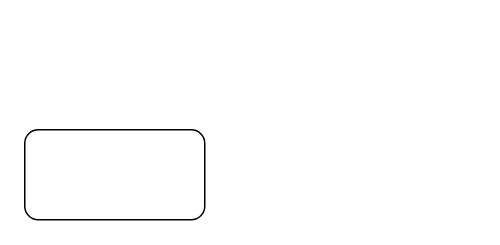
Before: Untitled Diagram.drawio in NasikhulUlum/admin-travel-services, a draw.io diagram. Source tidied: cells renumbered, new cells numbered last; positions are measured from the earlier drawing's top-left corner, leaving out a move shared by most shapes. Both pictures are drawn from the tidied source at 150%, with x=0, y=0 at pixel (24, 129).
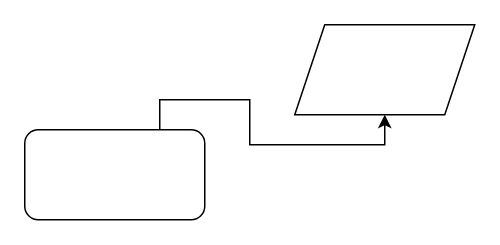
The same page after the edit.

What changed in the source:
```diff
@@
 <mxGraphModel>
   <root>
     <mxCell id="0" />
     <mxCell id="1" parent="0" />
+    <mxCell id="3" style="edgeStyle=orthogonalEdgeStyle;rounded=0;jettySize=auto;html=1;exitX=0.75;exitY=0;exitDx=0;exitDy=0;" parent="1" edge="1" source="2" target="4">
+      <mxGeometry relative="1" as="geometry" />
+    </mxCell>
     <mxCell id="2" style="rounded=1;whiteSpace=wrap;html=1;" parent="1" vertex="1">
       <mxGeometry width="120" height="60" as="geometry" />
     </mxCell>
+    <mxCell id="4" style="shape=parallelogram;perimeter=parallelogramPerimeter;whiteSpace=wrap;html=1;fixedSize=1;" parent="1" vertex="1">
+      <mxGeometry x="180" y="-70" width="120" height="60" as="geometry" />
+    </mxCell>
   </root>
 </mxGraphModel>
```
